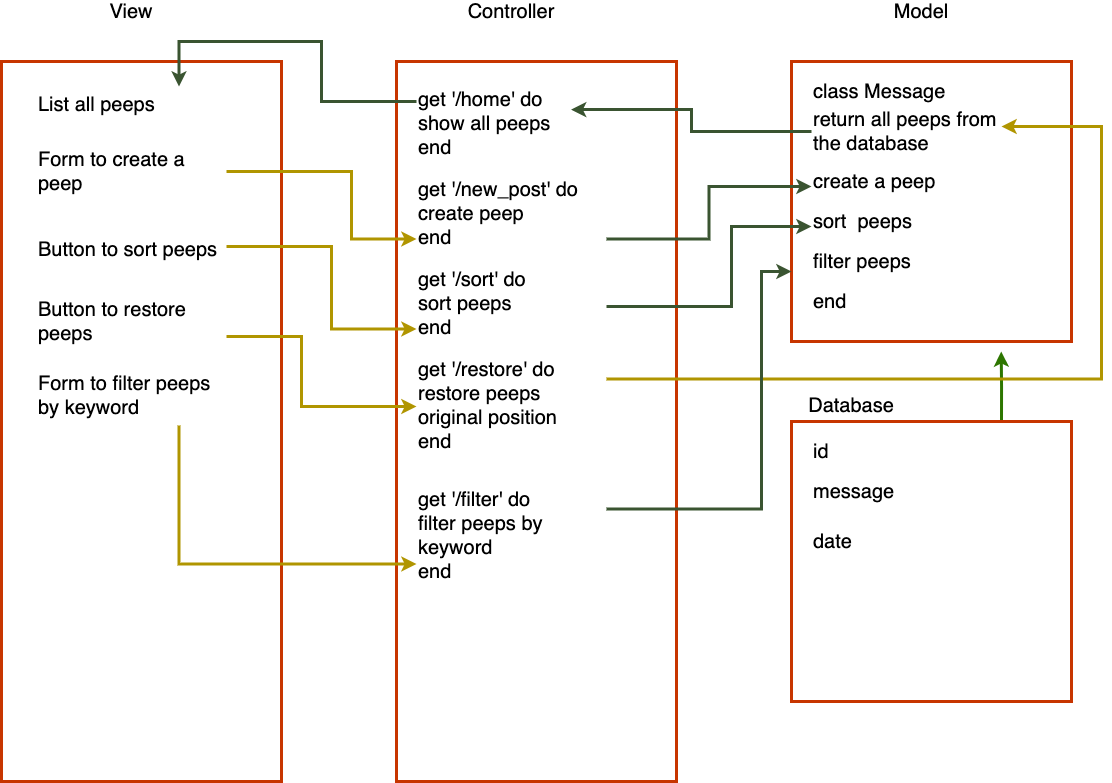
This is diagram.drawio.png from makersacademy/chitter-challenge-apprenticeships, a draw.io export, as it was before one commit. Source tidied: cells renumbered, new cells last; positions are measured from the earlier drawing's top-left corner, leaving out a move shared by most shapes.
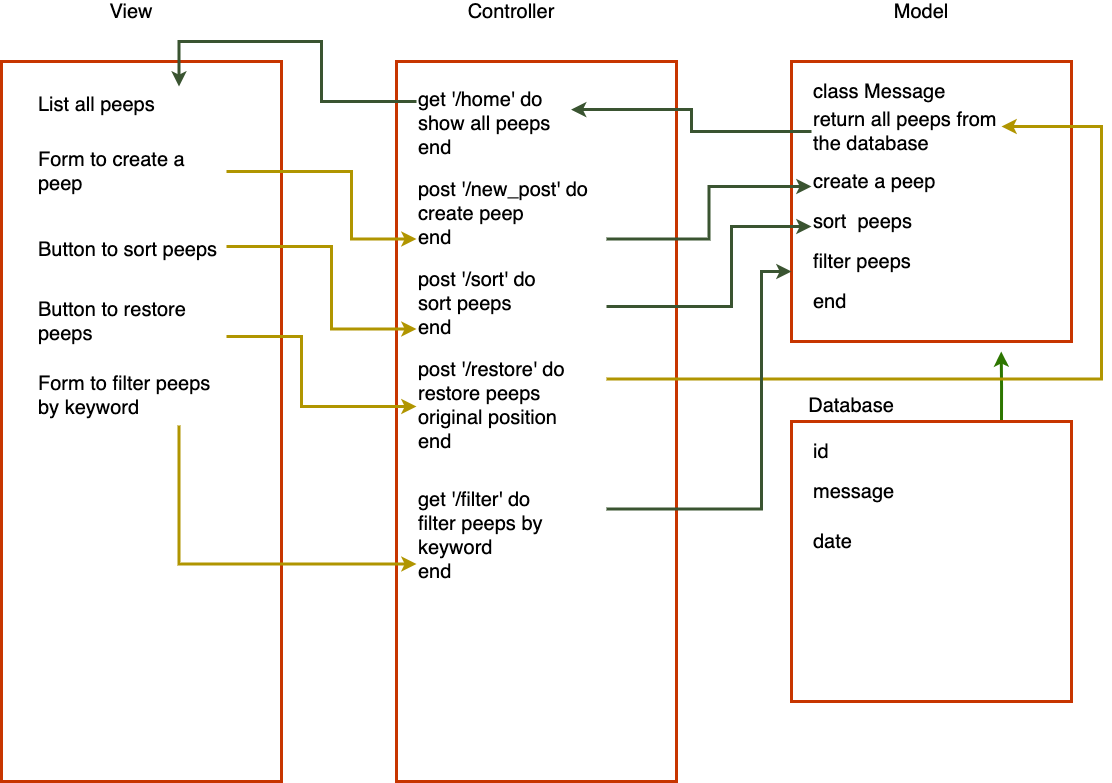
Above is the later version.

Commit message:
diagram and indentation -- fixed

What changed in the source:
```diff
@@ -2,7 +2,7 @@
   <root>
     <mxCell id="0" />
     <mxCell id="1" parent="0" />
-    <mxCell id="2" style="rounded=0;whiteSpace=wrap;html=1;strokeWidth=3;strokeColor=#C73500;fontColor=#000000;" parent="1" vertex="1">
+    <mxCell id="2" style="rounded=0;whiteSpace=wrap;html=1;strokeWidth=3;strokeColor=#C73500;fontColor=#000000;fillColor=none;" parent="1" vertex="1">
       <mxGeometry y="60" width="280" height="720" as="geometry" />
     </mxCell>
     <mxCell id="3" style="rounded=0;whiteSpace=wrap;html=1;strokeWidth=3;strokeColor=#C73500;fontColor=#000000;fillColor=none;" parent="1" vertex="1">
@@ -79,7 +79,7 @@
     <mxCell id="24" style="edgeStyle=orthogonalEdgeStyle;rounded=0;jumpSize=6;jettySize=auto;html=1;exitX=1;exitY=0.75;exitDx=0;exitDy=0;entryX=0;entryY=0.75;entryDx=0;entryDy=0;fontSize=20;strokeWidth=3;fillColor=#6d8764;strokeColor=#3A5431;" parent="1" edge="1" source="25" target="11">
       <mxGeometry relative="1" as="geometry" />
     </mxCell>
-    <mxCell id="25" value="&lt;div&gt;get '/new_post' do&lt;/div&gt;&lt;div&gt;create peep&lt;/div&gt;&lt;div&gt;end&lt;/div&gt;" style="text;html=1;strokeColor=none;fillColor=none;align=left;verticalAlign=top;whiteSpace=wrap;rounded=0;fontSize=20;" parent="1" vertex="1">
+    <mxCell id="25" value="&lt;div&gt;post '/new_post' do&lt;/div&gt;&lt;div&gt;create peep&lt;/div&gt;&lt;div&gt;end&lt;/div&gt;" style="text;html=1;strokeColor=none;fillColor=none;align=left;verticalAlign=top;whiteSpace=wrap;rounded=0;fontSize=20;" parent="1" vertex="1">
       <mxGeometry x="415" y="170" width="190" height="90" as="geometry" />
     </mxCell>
     <mxCell id="26" style="edgeStyle=orthogonalEdgeStyle;rounded=0;jumpSize=6;jettySize=auto;html=1;exitX=1;exitY=0.5;exitDx=0;exitDy=0;entryX=0;entryY=0.75;entryDx=0;entryDy=0;fontSize=20;strokeWidth=3;fillColor=#6d8764;strokeColor=#3A5431;" parent="1" edge="1" source="27" target="12">
@@ -90,7 +90,7 @@
         </Array>
       </mxGeometry>
     </mxCell>
-    <mxCell id="27" value="&lt;div&gt;get '/sort' do&lt;/div&gt;&lt;div&gt;sort peeps&amp;nbsp;&lt;/div&gt;&lt;div&gt;end&lt;/div&gt;" style="text;html=1;strokeColor=none;fillColor=none;align=left;verticalAlign=top;whiteSpace=wrap;rounded=0;fontSize=20;" parent="1" vertex="1">
+    <mxCell id="27" value="&lt;div&gt;post '/sort' do&lt;/div&gt;&lt;div&gt;sort peeps&amp;nbsp;&lt;/div&gt;&lt;div&gt;end&lt;/div&gt;" style="text;html=1;strokeColor=none;fillColor=none;align=left;verticalAlign=top;whiteSpace=wrap;rounded=0;fontSize=20;" parent="1" vertex="1">
       <mxGeometry x="415" y="260" width="190" height="90" as="geometry" />
     </mxCell>
     <mxCell id="28" style="edgeStyle=orthogonalEdgeStyle;rounded=0;jumpSize=6;jettySize=auto;html=1;exitX=1;exitY=0.25;exitDx=0;exitDy=0;entryX=1;entryY=0.25;entryDx=0;entryDy=0;fontSize=20;strokeWidth=3;fillColor=#e3c800;strokeColor=#B09500;" parent="1" edge="1" source="29" target="10">
@@ -101,7 +101,7 @@
         </Array>
       </mxGeometry>
     </mxCell>
-    <mxCell id="29" value="&lt;div&gt;get '/restore' do&lt;/div&gt;&lt;div&gt;restore peeps original position&lt;/div&gt;&lt;div&gt;end&lt;/div&gt;" style="text;html=1;strokeColor=none;fillColor=none;align=left;verticalAlign=top;whiteSpace=wrap;rounded=0;fontSize=20;" parent="1" vertex="1">
+    <mxCell id="29" value="&lt;div&gt;post '/restore' do&lt;/div&gt;&lt;div&gt;restore peeps original position&lt;/div&gt;&lt;div&gt;end&lt;/div&gt;" style="text;html=1;strokeColor=none;fillColor=none;align=left;verticalAlign=top;whiteSpace=wrap;rounded=0;fontSize=20;" parent="1" vertex="1">
       <mxGeometry x="415" y="350" width="190" height="110" as="geometry" />
     </mxCell>
     <mxCell id="30" style="edgeStyle=orthogonalEdgeStyle;rounded=0;jumpSize=6;jettySize=auto;html=1;exitX=1;exitY=0.25;exitDx=0;exitDy=0;entryX=0;entryY=0.75;entryDx=0;entryDy=0;fontSize=20;strokeWidth=3;fillColor=#6d8764;strokeColor=#3A5431;" parent="1" edge="1" source="31" target="4">
```
